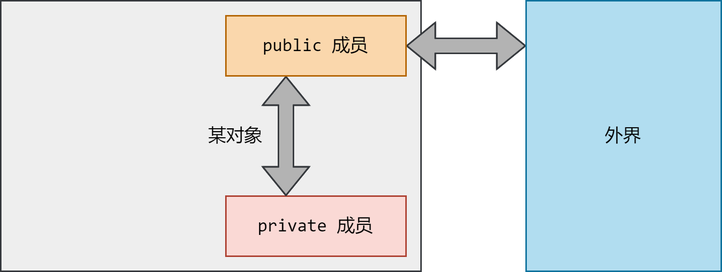
Above: images/generalized_parts/06_public_and_private_members.drawio.png in cppHusky/cppHusky-cpp-Tutorial (draw.io), before the change. Source tidied: cells renumbered, new cells last; positions are measured from the earlier drawing's top-left corner, leaving out a move shared by most shapes. Its diagram source:
```xml
<mxGraphModel>
  <root>
    <mxCell id="0" />
    <mxCell id="1" parent="0" />
    <mxCell id="2" value="&amp;nbsp; &amp;nbsp; &amp;nbsp; &amp;nbsp; &amp;nbsp; 某对象" style="rounded=0;whiteSpace=wrap;html=1;gradientColor=none;fillColor=#EEEEEE;strokeColor=#36393d;align=center;" parent="1" vertex="1">
      <mxGeometry width="280" height="180" as="geometry" />
    </mxCell>
    <mxCell id="3" value="private&amp;nbsp;成员" style="rounded=0;whiteSpace=wrap;html=1;fillColor=#fad9d5;strokeColor=#ae4132;fontFamily=consolas;" parent="1" vertex="1">
      <mxGeometry x="150" y="130" width="120" height="40" as="geometry" />
    </mxCell>
    <mxCell id="4" style="edgeStyle=orthogonalEdgeStyle;rounded=0;jettySize=auto;html=1;startArrow=classic;startFill=1;shape=flexArrow;fillColor=#b3b3b3;strokeColor=#36393D;" parent="1" edge="1" source="6" target="3">
      <mxGeometry relative="1" as="geometry">
        <Array as="points">
          <mxPoint x="190" y="100" />
          <mxPoint x="190" y="100" />
        </Array>
      </mxGeometry>
    </mxCell>
    <mxCell id="5" style="edgeStyle=orthogonalEdgeStyle;rounded=0;jettySize=auto;html=1;startArrow=block;shape=flexArrow;fillColor=#b3b3b3;strokeColor=#36393D;" parent="1" edge="1" source="6" target="7">
      <mxGeometry relative="1" as="geometry">
        <Array as="points">
          <mxPoint x="310" y="30" />
          <mxPoint x="310" y="30" />
        </Array>
      </mxGeometry>
    </mxCell>
    <mxCell id="6" value="public&amp;nbsp;成员" style="rounded=0;whiteSpace=wrap;html=1;fillColor=#fad7ac;strokeColor=#b46504;fontFamily=consolas;" parent="1" vertex="1">
      <mxGeometry x="150" y="10" width="120" height="40" as="geometry" />
    </mxCell>
    <mxCell id="7" value="外界" style="rounded=0;whiteSpace=wrap;html=1;fillColor=#b1ddf0;strokeColor=#10739e;fontFamily=consolas;" parent="1" vertex="1">
      <mxGeometry x="350" width="130" height="180" as="geometry" />
    </mxCell>
  </root>
</mxGraphModel>
```
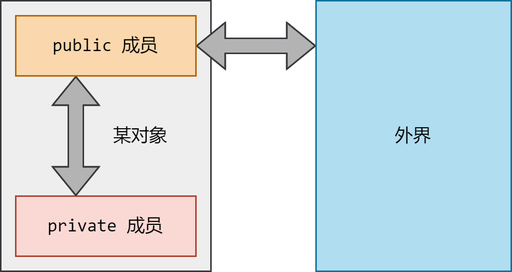
After the commit.

Change to the diagram source:
```diff
@@ -1,9 +1,9 @@
-<mxGraphModel>
+<mxGraphModel background="#ffffff">
   <root>
     <mxCell id="0" />
     <mxCell id="1" parent="0" />
-    <mxCell id="2" value="&amp;nbsp; &amp;nbsp; &amp;nbsp; &amp;nbsp; &amp;nbsp; 某对象" style="rounded=0;whiteSpace=wrap;html=1;gradientColor=none;fillColor=#EEEEEE;strokeColor=#36393d;align=center;" parent="1" vertex="1">
-      <mxGeometry width="280" height="180" as="geometry" />
+    <mxCell id="2" value="&amp;nbsp; &amp;nbsp; &amp;nbsp; &amp;nbsp; &amp;nbsp; &amp;nbsp; &amp;nbsp; 某对象" style="rounded=0;whiteSpace=wrap;html=1;gradientColor=none;fillColor=#EEEEEE;strokeColor=#36393d;align=center;" parent="1" vertex="1">
+      <mxGeometry x="140" width="140" height="180" as="geometry" />
     </mxCell>
     <mxCell id="3" value="private&amp;nbsp;成员" style="rounded=0;whiteSpace=wrap;html=1;fillColor=#fad9d5;strokeColor=#ae4132;fontFamily=consolas;" parent="1" vertex="1">
       <mxGeometry x="150" y="130" width="120" height="40" as="geometry" />
```
